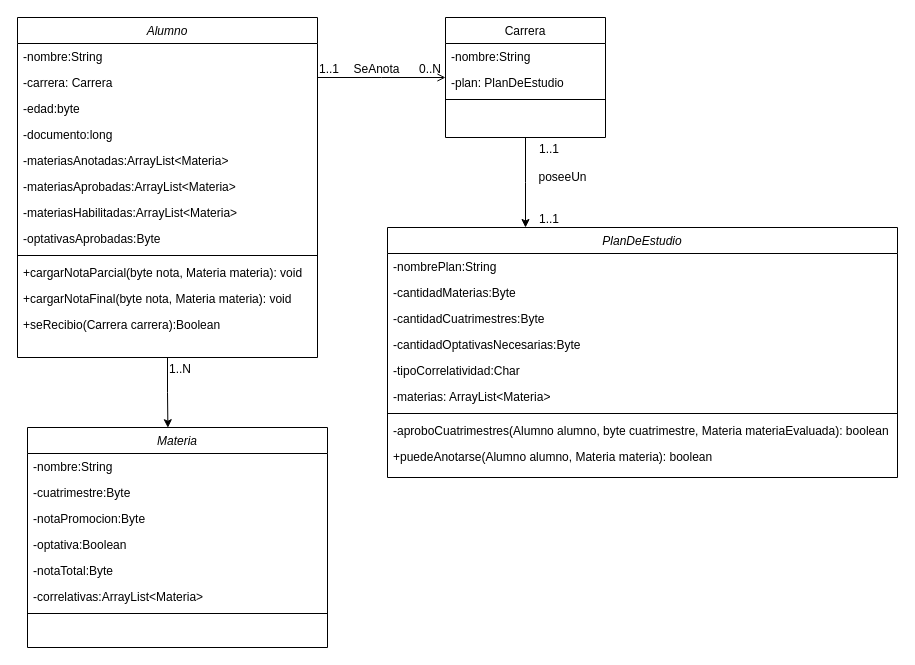
Above: IntegradorPoo.drawio in lucasvela1/Proyectos-practicas (draw.io), before the change. Source tidied: cells renumbered, new cells numbered last; positions are measured from the earlier drawing's top-left corner, leaving out a move shared by most shapes. Both pictures are drawn from the tidied source at 100%, with x=0, y=0 at pixel (17, 17).
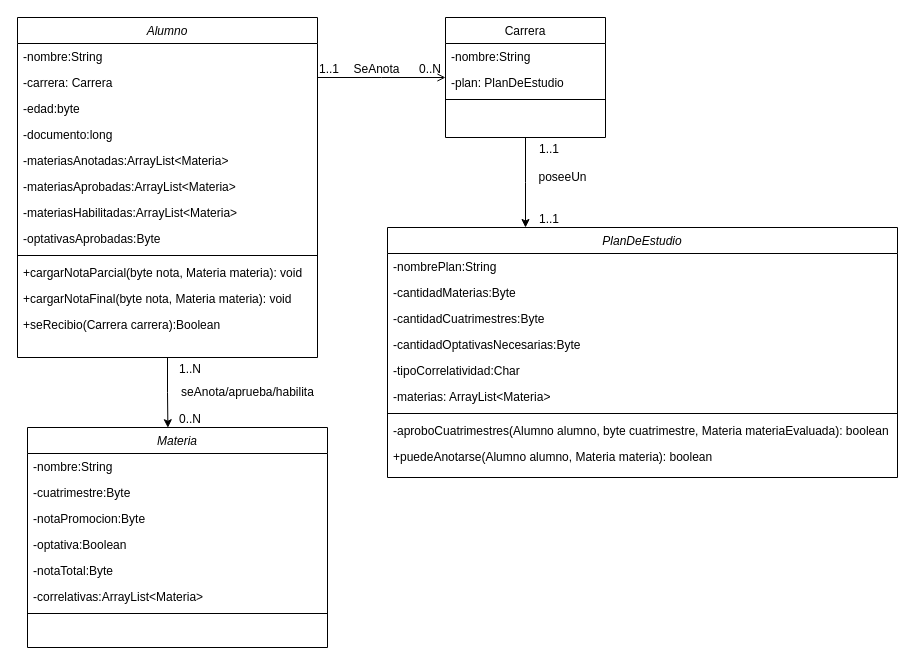
The same diagram, later.

What changed in the source:
```diff
@@
     <mxCell id="46" value="1..N" style="align=left;verticalAlign=bottom;labelBackgroundColor=none;fontSize=12;direction=west;" parent="1" vertex="1">
-      <mxGeometry x="150" y="360" as="geometry" />
+      <mxGeometry x="160" y="360" as="geometry" />
     </mxCell>
+    <mxCell id="47" value="0..N" style="align=left;verticalAlign=bottom;labelBackgroundColor=none;fontSize=12;" parent="1" vertex="1">
+      <mxGeometry x="160" y="410" as="geometry" />
+    </mxCell>
+    <mxCell id="48" value="seAnota/aprueba/habilita" style="text;html=1;align=center;verticalAlign=middle;strokeColor=none;fillColor=none;" parent="1" vertex="1">
+      <mxGeometry x="150" y="360" width="160" height="30" as="geometry" />
+    </mxCell>
```
